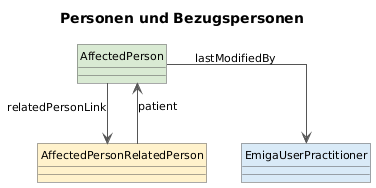
Above: rki.emiga.common/guides/implementationguides.common/PlantUML/PNGs/uml-personen-und-bezugspersonen.png in robert-koch-institut/rki.emiga.common (PlantUML), before the change.
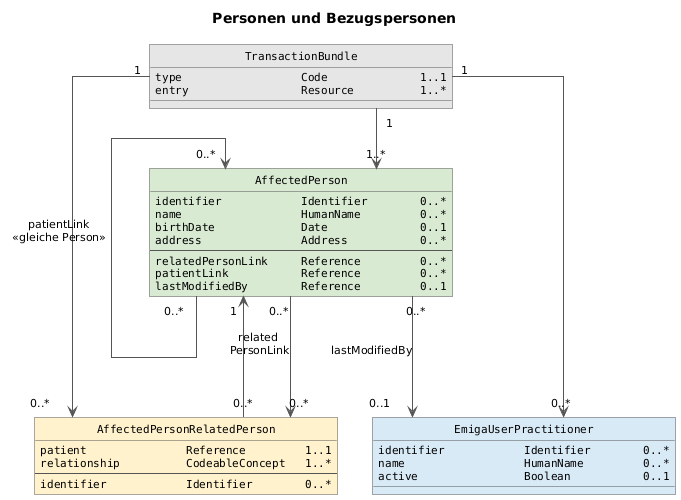
The same diagram one commit later.

Change to the diagram source:
```diff
@@ -4,19 +4,64 @@
 skinparam shadowing false
 skinparam roundcorner 0
 skinparam linetype ortho
+skinparam classAttributeIconSize 0
 skinparam defaultFontName Arial
 skinparam defaultFontSize 11
+skinparam classAttributeFontName Monospaced
 
 skinparam ArrowColor #555555
 skinparam classBorderColor #555555
 
 hide circle
 
-class "AffectedPerson" as AP #D9EAD3
-class "AffectedPersonRelatedPerson" as RP #FFF2CC
-class "EmigaUserPractitioner" as Practitioner #D9EAF7
 
-RP --> AP : patient
-AP --> RP : relatedPersonLink
-AP --> Practitioner : lastModifiedBy
+class "TransactionBundle" as Bundle #E6E6E6 {
+  type                  Code              1..1
+  entry                 Resource          1..*
+}
+
+class "AffectedPerson" as AP #D9EAD3 {
+  identifier            Identifier        0..*
+  name                  HumanName         0..*
+  birthDate             Date              0..1
+  address               Address           0..*
+  --
+  relatedPersonLink     Reference         0..*
+  patientLink           Reference         0..*
+  lastModifiedBy        Reference         0..1
+}
+
+class "AffectedPersonRelatedPerson" as RP #FFF2CC {
+  patient               Reference         1..1
+  relationship          CodeableConcept   1..*
+  --
+  identifier            Identifier        0..*
+}
+
+class "EmigaUserPractitioner" as Practitioner #D9EAF7 {
+  identifier            Identifier        0..*
+  name                  HumanName         0..*
+  active                Boolean           0..1
+}
+
+
+
+Bundle -[hidden]down-> AP
+RP -[hidden]right-> Practitioner
+
+
+
+Bundle "1" --> "1..*" AP
+Bundle "1" --> "0..*" RP
+Bundle "1" --> "0..*" Practitioner
+
+
+
+RP "0..*" -up-> "1" AP
+
+AP "0..*" --down-> "0..*" RP : related\n PersonLink
+
+AP "0..*" --down-> "0..1" Practitioner : lastModifiedBy
+
+AP "0..*" -left-> "0..*" AP : patientLink\n«gleiche Person»
 @enduml
```
